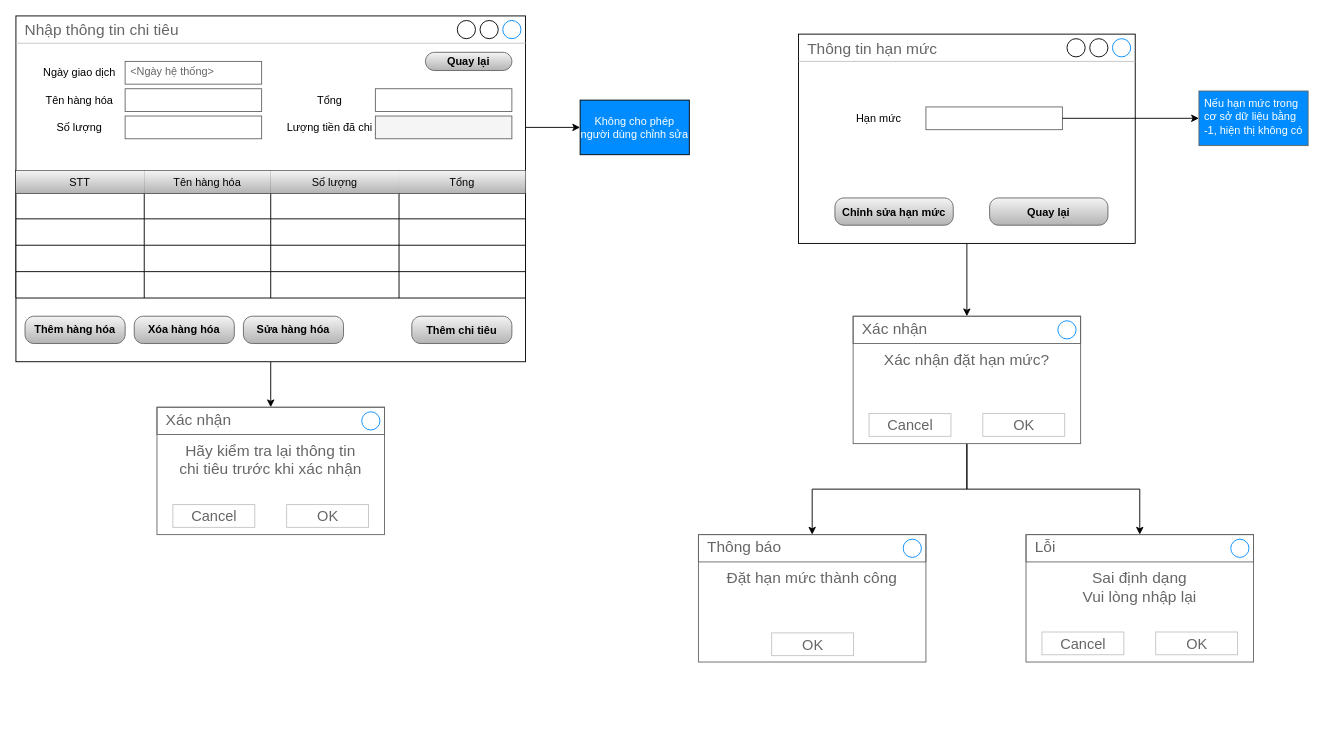
Before: Diagrams/Screen diagram.drawio in AkallHuynh/IS216.L21.HTCL-Java, a draw.io diagram. Source tidied: cells renumbered, new cells numbered last; positions are measured from the earlier drawing's top-left corner, leaving out a move shared by most shapes. Both pictures are drawn from the tidied source at 91%, with x=0, y=0 at pixel (15, 15).
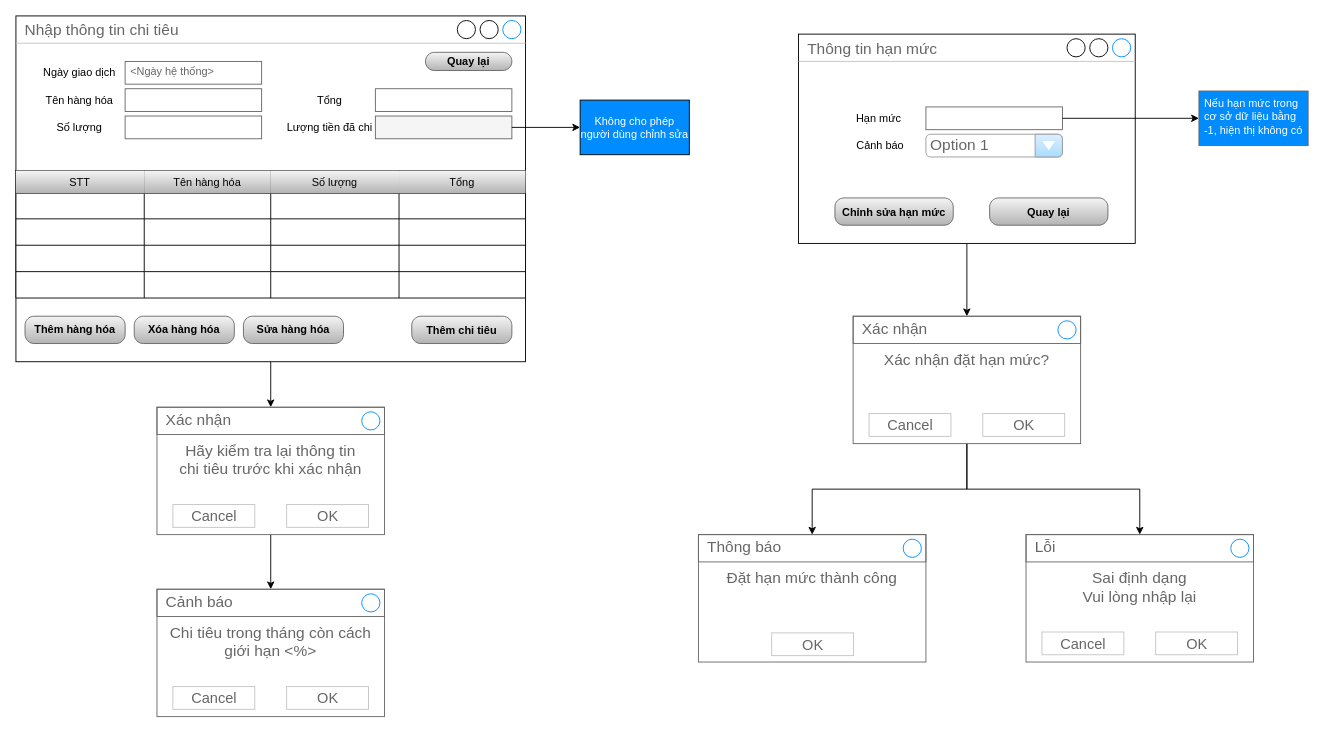
The same page after the edit.

Unchanged cells that the change refers to:
```xml
<mxCell id="3" value="Hãy kiểm tra lại thông tin&lt;br&gt;chi tiêu trước khi xác nhận" style="strokeWidth=1;shadow=0;dashed=0;align=center;html=1;shape=mxgraph.mockup.containers.rrect;rSize=0;strokeColor=#666666;fontColor=#666666;fontSize=17;verticalAlign=top;whiteSpace=wrap;fillColor=#ffffff;spacingTop=32;" parent="1" vertex="1">
  <mxGeometry x="155" y="430" width="250" height="140" as="geometry" />
</mxCell>
<mxCell id="9" value="&lt;span style=&quot;font-weight: normal&quot;&gt;Không cho phép người dùng chỉnh sửa&lt;/span&gt;" style="whiteSpace=wrap;html=1;shadow=0;dashed=0;fontStyle=1;strokeWidth=1;fillColor=#008CFF;fontColor=#FFFFFF;" parent="1" vertex="1">
  <mxGeometry x="620" y="92.5" width="120" height="60" as="geometry" />
</mxCell>
<mxCell id="47" style="strokeWidth=1;shadow=0;dashed=0;align=center;html=1;shape=mxgraph.mockup.text.textBox;fontColor=#333333;align=left;fontSize=12;spacingLeft=4;spacingTop=-3;strokeColor=#666666;mainText=;fillColor=#f5f5f5;" parent="10" vertex="1">
  <mxGeometry x="395" y="110" width="150" height="25" as="geometry" />
</mxCell>
<mxCell id="53" style="group;" parent="1" vertex="1">
  <mxGeometry x="860" y="20" width="370" height="230" as="geometry" />
</mxCell>
```

What changed in the source:
```diff
@@
+    <mxCell id="78" style="edgeStyle=orthogonalEdgeStyle;rounded=0;jettySize=auto;html=1;" parent="1" edge="1" source="3" target="81">
+      <mxGeometry relative="1" as="geometry" />
+    </mxCell>
@@
-    <mxCell id="8" style="edgeStyle=orthogonalEdgeStyle;rounded=0;jettySize=auto;html=1;fontSize=12;" parent="1" edge="1" source="47" target="9">
-      <mxGeometry relative="1" as="geometry" />
-    </mxCell>
@@
+    <mxCell id="79" value="Cảnh báo" style="text;html=1;strokeColor=none;fillColor=none;align=center;verticalAlign=middle;whiteSpace=wrap;rounded=0;" parent="53" vertex="1">
+      <mxGeometry x="40" y="110" width="100" height="25" as="geometry" />
+    </mxCell>
+    <mxCell id="80" value="Option 1" style="strokeWidth=1;shadow=0;dashed=0;align=center;html=1;shape=mxgraph.mockup.forms.comboBox;strokeColor=#999999;fillColor=#ddeeff;align=left;fillColor2=#aaddff;mainText=;fontColor=#666666;fontSize=17;spacingLeft=3;" parent="53" vertex="1">
+      <mxGeometry x="140" y="110" width="150" height="25" as="geometry" />
+    </mxCell>
@@
+    <mxCell id="8" style="edgeStyle=orthogonalEdgeStyle;rounded=0;jettySize=auto;html=1;fontSize=12;" parent="1" edge="1" source="47" target="9">
+      <mxGeometry relative="1" as="geometry" />
+    </mxCell>
+    <mxCell id="81" value="Chi tiêu trong tháng còn cách&lt;br&gt;giới hạn &amp;lt;%&amp;gt;" style="strokeWidth=1;shadow=0;dashed=0;align=center;html=1;shape=mxgraph.mockup.containers.rrect;rSize=0;strokeColor=#666666;fontColor=#666666;fontSize=17;verticalAlign=top;whiteSpace=wrap;fillColor=#ffffff;spacingTop=32;" parent="1" vertex="1">
+      <mxGeometry x="155" y="630" width="250" height="140" as="geometry" />
+    </mxCell>
+    <mxCell id="82" value="Cảnh báo" style="strokeWidth=1;shadow=0;dashed=0;align=center;html=1;shape=mxgraph.mockup.containers.rrect;rSize=0;fontSize=17;fontColor=#666666;strokeColor=#666666;align=left;spacingLeft=8;fillColor=none;" parent="81" vertex="1">
+      <mxGeometry width="250" height="30" relative="1" as="geometry" />
+    </mxCell>
+    <mxCell id="83" style="shape=ellipse;strokeColor=#008cff;fillColor=none;html=1;" parent="82" vertex="1">
+      <mxGeometry x="1" y="0.5" width="20" height="20" relative="1" as="geometry">
+        <mxPoint x="-25" y="-10" as="offset" />
+      </mxGeometry>
+    </mxCell>
+    <mxCell id="84" value="Cancel" style="strokeWidth=1;shadow=0;dashed=0;align=center;html=1;shape=mxgraph.mockup.containers.rrect;rSize=0;fontSize=16;fontColor=#666666;strokeColor=#c4c4c4;whiteSpace=wrap;fillColor=none;" parent="81" vertex="1">
+      <mxGeometry x="0.25" y="1" width="90" height="25" relative="1" as="geometry">
+        <mxPoint x="-45" y="-33" as="offset" />
+      </mxGeometry>
+    </mxCell>
+    <mxCell id="85" value="OK" style="strokeWidth=1;shadow=0;dashed=0;align=center;html=1;shape=mxgraph.mockup.containers.rrect;rSize=0;fontSize=16;fontColor=#666666;strokeColor=#c4c4c4;whiteSpace=wrap;fillColor=none;" parent="81" vertex="1">
+      <mxGeometry x="0.75" y="1" width="90" height="25" relative="1" as="geometry">
+        <mxPoint x="-45" y="-33" as="offset" />
+      </mxGeometry>
+    </mxCell>
```
